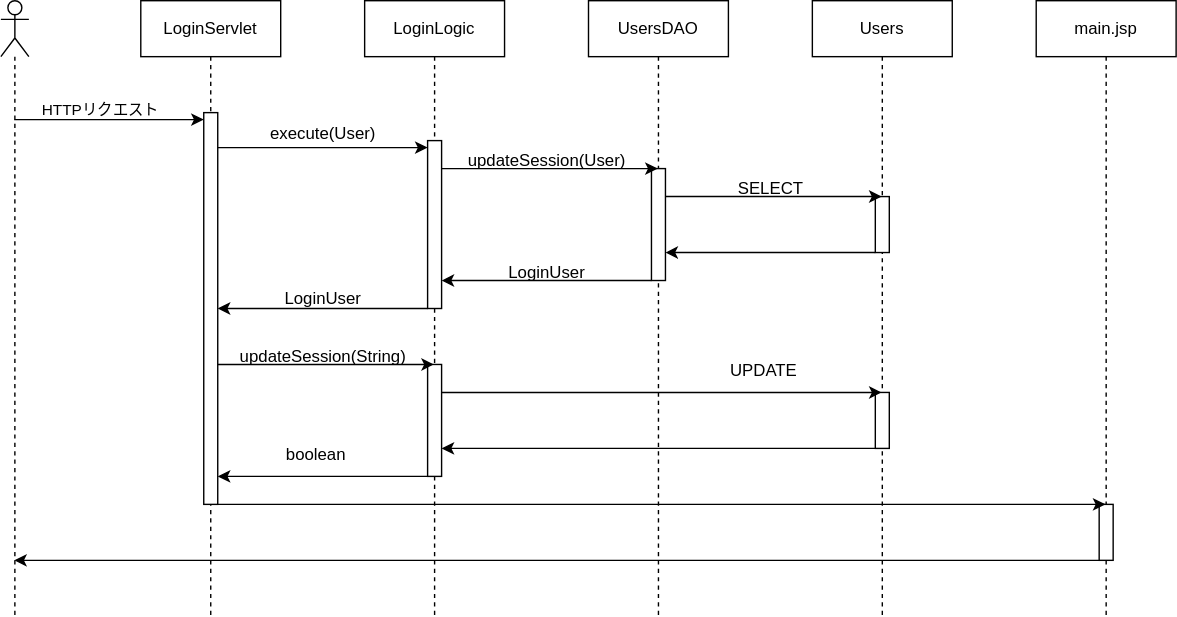
Before: シーケンス.svg, a diagram exported from draw.io (hokuto-fukura/software_engineering). Source tidied: cells renumbered, new cells last; positions are measured from the earlier drawing's top-left corner, leaving out a move shared by most shapes.
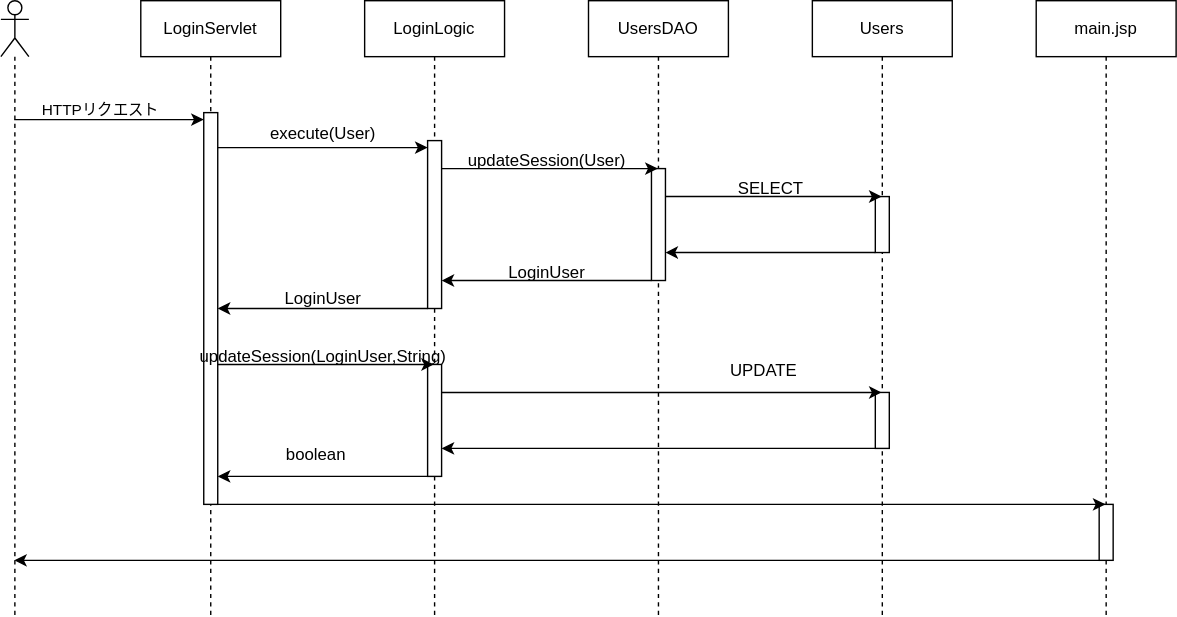
After the change.

Commit message:
シーケンス.svg を更新します

Diff of the diagram source:
```diff
@@ -145,8 +145,8 @@
         </Array>
       </mxGeometry>
     </mxCell>
-    <mxCell id="31" value="updateSession(String)" style="text;html=1;align=center;verticalAlign=middle;strokeColor=none;fillColor=none;" parent="1" vertex="1">
-      <mxGeometry x="160" y="240" width="140" height="30" as="geometry" />
+    <mxCell id="31" value="updateSession(LoginUser,String)" style="text;html=1;align=center;verticalAlign=middle;strokeColor=none;fillColor=none;" parent="1" vertex="1">
+      <mxGeometry x="130" y="240" width="200" height="30" as="geometry" />
     </mxCell>
     <mxCell id="32" style="edgeStyle=orthogonalEdgeStyle;rounded=0;jettySize=auto;html=1;curved=0;" parent="1" edge="1" source="9" target="16">
       <mxGeometry relative="1" as="geometry">
```
